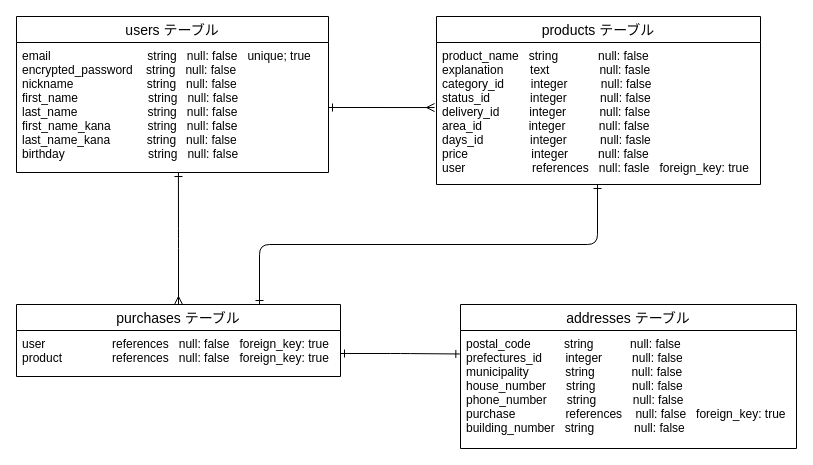
The draw.io diagram furima.dio in koji509/furima-32143, before the edit. Source tidied: cells renumbered, new cells numbered last; positions are measured from the earlier drawing's top-left corner, leaving out a move shared by most shapes. Both pictures are drawn from the tidied source at 100%, with x=0, y=0 at pixel (16, 16).
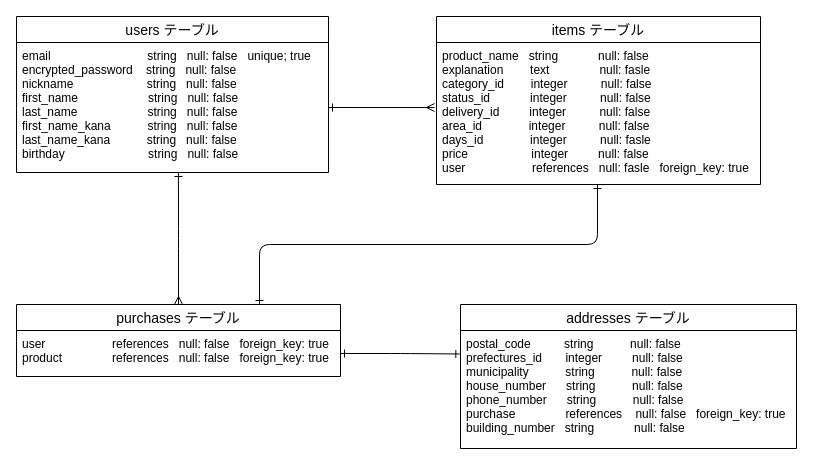
After the change.

Diff of the diagram source:
```diff
@@
 <mxGraphModel>
   <root>
     <mxCell id="0" />
     <mxCell id="1" parent="0" />
     <mxCell id="2" value="users テーブル" style="swimlane;fontStyle=0;horizontal=1;startSize=26;align=center;fontSize=14;rounded=0;sketch=0;" parent="1" vertex="1">
       <mxGeometry width="312" height="156" as="geometry" />
     </mxCell>
     <mxCell id="3" value="email                             string   null: false   unique; true&#10;encrypted_password    string   null: false&#10;nickname                      string   null: false&#10;first_name                     string   null: false&#10;last_name                     string   null: false&#10;first_name_kana           string   null: false&#10;last_name_kana           string   null: false&#10;birthday                         string   null: false" style="text;strokeColor=none;fillColor=none;spacingLeft=4;spacingRight=4;overflow=hidden;points=[[0,0.5],[1,0.5]];portConstraint=eastwest;fontSize=12;" parent="2" vertex="1">
       <mxGeometry y="26" width="312" height="130" as="geometry" />
     </mxCell>
     <mxCell id="4" style="edgeStyle=orthogonalEdgeStyle;curved=0;rounded=1;sketch=0;jettySize=auto;html=1;exitX=0.5;exitY=0;exitDx=0;exitDy=0;entryX=0.519;entryY=1;entryDx=0;entryDy=0;entryPerimeter=0;startArrow=ERmany;startFill=0;endArrow=ERone;endFill=0;" parent="1" edge="1" source="6" target="3">
       <mxGeometry relative="1" as="geometry" />
     </mxCell>
     <mxCell id="5" style="edgeStyle=orthogonalEdgeStyle;curved=0;rounded=1;sketch=0;jettySize=auto;html=1;exitX=0.75;exitY=0;exitDx=0;exitDy=0;entryX=0.497;entryY=1;entryDx=0;entryDy=0;entryPerimeter=0;startArrow=ERone;startFill=0;endArrow=ERone;endFill=0;" parent="1" edge="1" source="6" target="10">
       <mxGeometry relative="1" as="geometry" />
     </mxCell>
     <mxCell id="6" value="purchases テーブル" style="swimlane;fontStyle=0;horizontal=1;startSize=26;align=center;fontSize=14;rounded=0;sketch=0;" parent="1" vertex="1">
       <mxGeometry y="288" width="324" height="72" as="geometry" />
     </mxCell>
     <mxCell id="7" value="user                    references   null: false   foreign_key: true&#10;product               references   null: false   foreign_key: true" style="text;strokeColor=none;fillColor=none;spacingLeft=4;spacingRight=4;overflow=hidden;points=[[0,0.5],[1,0.5]];portConstraint=eastwest;fontSize=12;" parent="6" vertex="1">
       <mxGeometry y="26" width="324" height="46" as="geometry" />
     </mxCell>
     <mxCell id="8" style="edgeStyle=orthogonalEdgeStyle;curved=0;rounded=1;sketch=0;jettySize=auto;html=1;exitX=1;exitY=0.5;exitDx=0;exitDy=0;entryX=-0.006;entryY=0.458;entryDx=0;entryDy=0;entryPerimeter=0;startArrow=ERone;startFill=0;endArrow=ERmany;endFill=0;" parent="1" edge="1" source="3" target="10">
       <mxGeometry relative="1" as="geometry" />
     </mxCell>
-    <mxCell id="9" value="products テーブル" style="swimlane;fontStyle=0;horizontal=1;startSize=26;align=center;fontSize=14;rounded=0;sketch=0;" parent="1" vertex="1">
+    <mxCell id="9" value="items テーブル" style="swimlane;fontStyle=0;horizontal=1;startSize=26;align=center;fontSize=14;rounded=0;sketch=0;" parent="1" vertex="1">
       <mxGeometry x="420" width="324" height="168" as="geometry" />
     </mxCell>
     <mxCell id="10" value="product_name   string            null: false&#10;explanation        text               null: fasle&#10;category_id        integer          null: false&#10;status_id            integer          null: false&#10;delivery_id         integer          null: false&#10;area_id              integer          null: false&#10;days_id              integer          null: fasle&#10;price                   integer         null: false&#10;user                    references   null: fasle   foreign_key: true" style="text;fillColor=none;spacingLeft=4;spacingRight=4;overflow=hidden;points=[[0,0.5],[1,0.5]];portConstraint=eastwest;fontSize=12;" parent="9" vertex="1">
       <mxGeometry y="26" width="324" height="142" as="geometry" />
     </mxCell>
     <mxCell id="11" value="addresses テーブル" style="swimlane;fontStyle=0;horizontal=1;startSize=26;align=center;fontSize=14;rounded=0;sketch=0;" parent="1" vertex="1">
       <mxGeometry x="444" y="288" width="336" height="144" as="geometry" />
     </mxCell>
     <mxCell id="12" value="postal_code          string           null: false&#10;prefectures_id       integer         null: false&#10;municipality           string           null: false&#10;house_number      string           null: false&#10;phone_number      string           null: false&#10;purchase               references    null: false   foreign_key: true&#10;building_number   string            null: false" style="text;strokeColor=none;fillColor=none;spacingLeft=4;spacingRight=4;overflow=hidden;points=[[0,0.5],[1,0.5]];portConstraint=eastwest;fontSize=12;" parent="11" vertex="1">
       <mxGeometry y="26" width="336" height="118" as="geometry" />
     </mxCell>
     <mxCell id="13" style="edgeStyle=orthogonalEdgeStyle;curved=0;rounded=1;sketch=0;jettySize=auto;html=1;exitX=1;exitY=0.5;exitDx=0;exitDy=0;entryX=-0.002;entryY=0.199;entryDx=0;entryDy=0;entryPerimeter=0;startArrow=ERone;startFill=0;endArrow=ERone;endFill=0;" parent="1" edge="1" source="7" target="12">
       <mxGeometry relative="1" as="geometry" />
     </mxCell>
   </root>
 </mxGraphModel>
```
